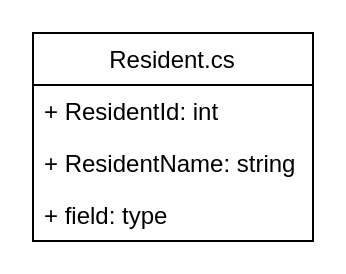
Before: page "Class Diagram" (1 of 4) of BrgyProfileCore.drawio in patterueldev/BrgyProfileCore, a draw.io diagram. Source tidied: cells renumbered, new cells numbered last; positions are measured from the earlier drawing's top-left corner, leaving out a move shared by most shapes. Both pictures are drawn from the tidied source at 200%, with x=0, y=0 at pixel (32, 32).
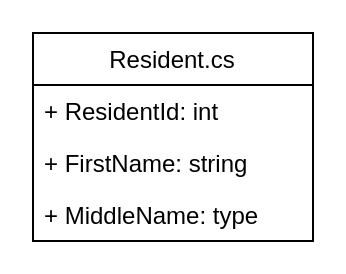
Above is the later version.

The edit, as a diff of the source:
```diff
@@
 <mxGraphModel>
   <root>
     <mxCell id="0" />
     <mxCell id="1" parent="0" />
     <mxCell id="2" value="Resident.cs" style="swimlane;fontStyle=0;horizontal=1;startSize=26;fillColor=none;" parent="1" vertex="1">
       <mxGeometry width="140" height="104" as="geometry" />
     </mxCell>
     <mxCell id="3" value="+ ResidentId: int" style="text;strokeColor=none;fillColor=none;align=left;verticalAlign=top;spacingLeft=4;spacingRight=4;overflow=hidden;" parent="2" vertex="1">
       <mxGeometry y="26" width="140" height="26" as="geometry" />
     </mxCell>
-    <mxCell id="4" value="+ ResidentName: string" style="text;strokeColor=none;fillColor=none;align=left;verticalAlign=top;spacingLeft=4;spacingRight=4;overflow=hidden;" parent="2" vertex="1">
+    <mxCell id="4" value="+ FirstName: string" style="text;strokeColor=none;fillColor=none;align=left;verticalAlign=top;spacingLeft=4;spacingRight=4;overflow=hidden;" parent="2" vertex="1">
       <mxGeometry y="52" width="140" height="26" as="geometry" />
     </mxCell>
-    <mxCell id="5" value="+ field: type" style="text;strokeColor=none;fillColor=none;align=left;verticalAlign=top;spacingLeft=4;spacingRight=4;overflow=hidden;" parent="2" vertex="1">
+    <mxCell id="5" value="+ MiddleName: type" style="text;strokeColor=none;fillColor=none;align=left;verticalAlign=top;spacingLeft=4;spacingRight=4;overflow=hidden;" parent="2" vertex="1">
       <mxGeometry y="78" width="140" height="26" as="geometry" />
     </mxCell>
   </root>
 </mxGraphModel>
```
